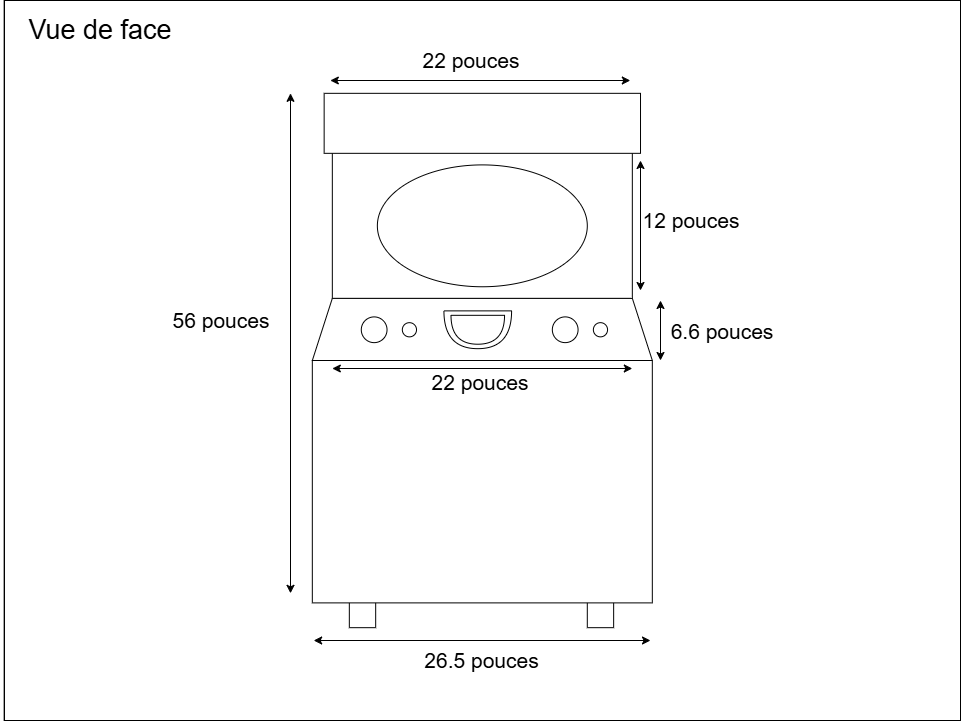
Above: technique/plan_implantation_01.drawio.png in deux-intelligence/deux-neurones (draw.io), before the change. Source tidied: cells renumbered, new cells last; positions are measured from the earlier drawing's top-left corner, leaving out a move shared by most shapes. Source of this version:
```xml
<mxGraphModel>
  <root>
    <mxCell id="0" />
    <mxCell id="1" parent="0" />
    <mxCell id="2" style="whiteSpace=wrap;html=1;" parent="1" vertex="1">
      <mxGeometry x="4" width="956" height="720" as="geometry" />
    </mxCell>
    <mxCell id="3" style="swimlane;startSize=0;" parent="1" vertex="1">
      <mxGeometry x="3.7" width="956.4" height="720" as="geometry" />
    </mxCell>
    <mxCell id="4" style="shape=trapezoid;perimeter=trapezoidPerimeter;whiteSpace=wrap;html=1;fixedSize=1;" parent="3" vertex="1">
      <mxGeometry x="308.2" y="297.8" width="340" height="62.2" as="geometry" />
    </mxCell>
    <mxCell id="5" style="rounded=0;whiteSpace=wrap;html=1;" parent="3" vertex="1">
      <mxGeometry x="328.2" y="148.4" width="300" height="149.4" as="geometry" />
    </mxCell>
    <mxCell id="6" style="ellipse;whiteSpace=wrap;html=1;" parent="3" vertex="1">
      <mxGeometry x="373.2" y="164.4" width="209.9" height="121.9" as="geometry" />
    </mxCell>
    <mxCell id="7" style="whiteSpace=wrap;html=1;" parent="3" vertex="1">
      <mxGeometry x="345.2" y="600.8" width="26.4" height="26.4" as="geometry" />
    </mxCell>
    <mxCell id="8" style="whiteSpace=wrap;html=1;" parent="3" vertex="1">
      <mxGeometry x="583.2" y="600.8" width="26.4" height="26.4" as="geometry" />
    </mxCell>
    <mxCell id="9" style="shape=or;whiteSpace=wrap;html=1;rotation=90;" parent="3" vertex="1">
      <mxGeometry x="454.7" y="295.4" width="37.8" height="67.7" as="geometry" />
    </mxCell>
    <mxCell id="10" style="shape=or;whiteSpace=wrap;html=1;rotation=90;" parent="3" vertex="1">
      <mxGeometry x="459.2" y="302.5" width="28.9" height="53.5" as="geometry" />
    </mxCell>
    <mxCell id="11" style="ellipse;whiteSpace=wrap;html=1;" parent="3" vertex="1">
      <mxGeometry x="398.2" y="322.2" width="14.2" height="14.2" as="geometry" />
    </mxCell>
    <mxCell id="12" style="ellipse;whiteSpace=wrap;html=1;" parent="3" vertex="1">
      <mxGeometry x="357.1" y="316.4" width="25.7" height="25.7" as="geometry" />
    </mxCell>
    <mxCell id="13" style="ellipse;whiteSpace=wrap;html=1;" parent="3" vertex="1">
      <mxGeometry x="589.2" y="322.2" width="14.2" height="14.2" as="geometry" />
    </mxCell>
    <mxCell id="14" style="ellipse;whiteSpace=wrap;html=1;" parent="3" vertex="1">
      <mxGeometry x="548.2" y="316.4" width="25.7" height="25.7" as="geometry" />
    </mxCell>
    <mxCell id="15" style="rounded=0;whiteSpace=wrap;html=1;" parent="3" vertex="1">
      <mxGeometry x="320" y="92.8" width="316.4" height="60" as="geometry" />
    </mxCell>
    <mxCell id="16" style="rounded=0;whiteSpace=wrap;html=1;" parent="3" vertex="1">
      <mxGeometry x="308.2" y="360" width="340" height="242.4" as="geometry" />
    </mxCell>
    <mxCell id="17" value="22 pouces" style="text;html=1;whiteSpace=wrap;strokeColor=none;fillColor=none;align=center;verticalAlign=middle;rounded=0;fontSize=21;" parent="3" vertex="1">
      <mxGeometry x="425.4" y="372" width="101.5" height="20" as="geometry" />
    </mxCell>
    <mxCell id="18" style="endArrow=classic;startArrow=classic;html=1;exitX=0.142;exitY=0.124;exitDx=0;exitDy=0;exitPerimeter=0;" parent="3" edge="1">
      <mxGeometry relative="1" as="geometry">
        <mxPoint x="328.2" y="368" as="sourcePoint" />
        <mxPoint x="628.2" y="368" as="targetPoint" />
      </mxGeometry>
    </mxCell>
    <mxCell id="19" style="endArrow=classic;startArrow=classic;html=1;" parent="3" edge="1">
      <mxGeometry relative="1" as="geometry">
        <mxPoint x="656.4" y="360" as="sourcePoint" />
        <mxPoint x="656.4" y="300" as="targetPoint" />
      </mxGeometry>
    </mxCell>
    <mxCell id="20" style="endArrow=classic;startArrow=classic;html=1;exitX=0.142;exitY=0.124;exitDx=0;exitDy=0;exitPerimeter=0;" parent="3" edge="1">
      <mxGeometry relative="1" as="geometry">
        <mxPoint x="326.2" y="80" as="sourcePoint" />
        <mxPoint x="626.2" y="80" as="targetPoint" />
      </mxGeometry>
    </mxCell>
    <mxCell id="21" style="endArrow=classic;startArrow=classic;html=1;" parent="3" edge="1">
      <mxGeometry relative="1" as="geometry">
        <mxPoint x="286.4" y="592.8" as="sourcePoint" />
        <mxPoint x="286.4" y="92.8" as="targetPoint" />
      </mxGeometry>
    </mxCell>
    <mxCell id="22" style="endArrow=classic;startArrow=classic;html=1;exitX=0.142;exitY=0.124;exitDx=0;exitDy=0;exitPerimeter=0;" parent="3" edge="1">
      <mxGeometry relative="1" as="geometry">
        <mxPoint x="309.5" y="640" as="sourcePoint" />
        <mxPoint x="646.4" y="640" as="targetPoint" />
      </mxGeometry>
    </mxCell>
    <mxCell id="23" value="26.5 pouces" style="text;html=1;whiteSpace=wrap;strokeColor=none;fillColor=none;align=center;verticalAlign=middle;rounded=0;fontSize=21;" parent="3" vertex="1">
      <mxGeometry x="414.6" y="650" width="127.2" height="20" as="geometry" />
    </mxCell>
    <mxCell id="24" value="Vue de face" style="text;html=1;whiteSpace=wrap;strokeColor=none;fillColor=none;align=center;verticalAlign=middle;rounded=0;fontSize=27;" parent="1" vertex="1">
      <mxGeometry width="200" height="60" as="geometry" />
    </mxCell>
    <mxCell id="25" value="6.6 pouces" style="text;html=1;whiteSpace=wrap;strokeColor=none;fillColor=none;align=center;verticalAlign=middle;rounded=0;fontSize=21;" parent="1" vertex="1">
      <mxGeometry x="667" y="321" width="110" height="20" as="geometry" />
    </mxCell>
    <mxCell id="26" style="endArrow=classic;startArrow=classic;html=1;" parent="1" edge="1">
      <mxGeometry relative="1" as="geometry">
        <mxPoint x="640" y="290" as="sourcePoint" />
        <mxPoint x="640" y="160" as="targetPoint" />
      </mxGeometry>
    </mxCell>
    <mxCell id="27" value="12 pouces" style="text;html=1;whiteSpace=wrap;strokeColor=none;fillColor=none;align=center;verticalAlign=middle;rounded=0;fontSize=21;" parent="1" vertex="1">
      <mxGeometry x="640" y="210" width="101.5" height="20" as="geometry" />
    </mxCell>
    <mxCell id="28" value="22 pouces" style="text;html=1;whiteSpace=wrap;strokeColor=none;fillColor=none;align=center;verticalAlign=middle;rounded=0;fontSize=21;" parent="1" vertex="1">
      <mxGeometry x="420" y="50" width="101.5" height="20" as="geometry" />
    </mxCell>
    <mxCell id="29" value="56 pouces" style="text;html=1;whiteSpace=wrap;strokeColor=none;fillColor=none;align=center;verticalAlign=middle;rounded=0;fontSize=21;" parent="1" vertex="1">
      <mxGeometry x="170" y="310" width="101.5" height="20" as="geometry" />
    </mxCell>
  </root>
</mxGraphModel>
```
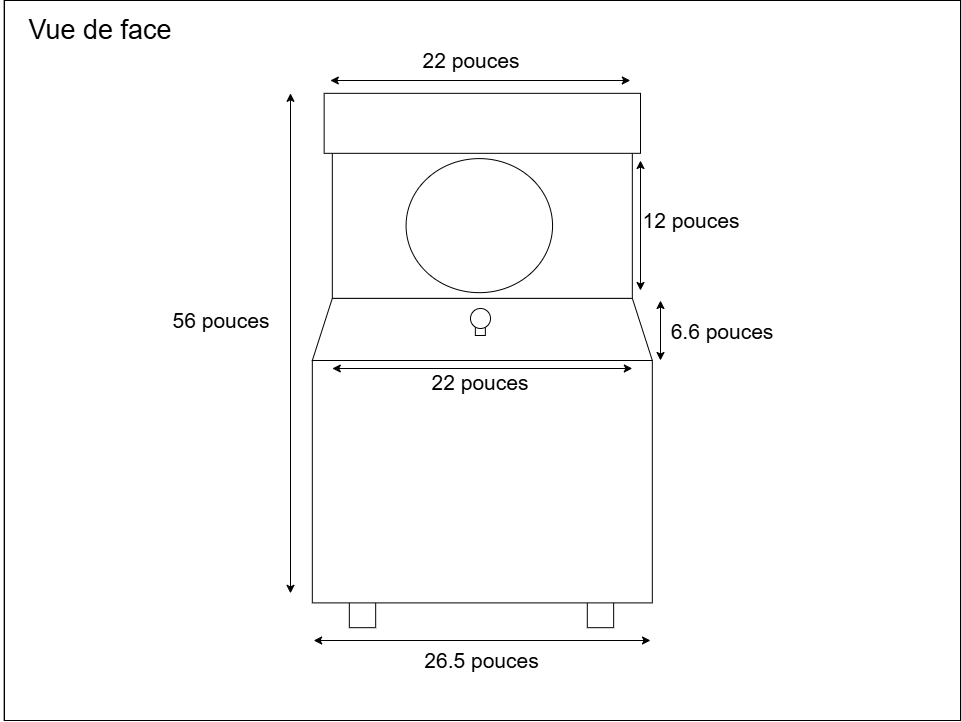
After the change.

What changed in the source:
```diff
@@ -11,11 +11,14 @@
     <mxCell id="4" style="shape=trapezoid;perimeter=trapezoidPerimeter;whiteSpace=wrap;html=1;fixedSize=1;" parent="3" vertex="1">
       <mxGeometry x="308.2" y="297.8" width="340" height="62.2" as="geometry" />
     </mxCell>
+    <mxCell id="30" style="rounded=0;whiteSpace=wrap;html=1;" parent="3" vertex="1">
+      <mxGeometry x="471.2" y="325" width="10" height="10" as="geometry" />
+    </mxCell>
     <mxCell id="5" style="rounded=0;whiteSpace=wrap;html=1;" parent="3" vertex="1">
       <mxGeometry x="328.2" y="148.4" width="300" height="149.4" as="geometry" />
     </mxCell>
     <mxCell id="6" style="ellipse;whiteSpace=wrap;html=1;" parent="3" vertex="1">
-      <mxGeometry x="373.2" y="164.4" width="209.9" height="121.9" as="geometry" />
+      <mxGeometry x="401.9" y="158.1" width="146.5" height="134.1" as="geometry" />
     </mxCell>
     <mxCell id="7" style="whiteSpace=wrap;html=1;" parent="3" vertex="1">
       <mxGeometry x="345.2" y="600.8" width="26.4" height="26.4" as="geometry" />
@@ -23,24 +26,9 @@
     <mxCell id="8" style="whiteSpace=wrap;html=1;" parent="3" vertex="1">
       <mxGeometry x="583.2" y="600.8" width="26.4" height="26.4" as="geometry" />
     </mxCell>
-    <mxCell id="9" style="shape=or;whiteSpace=wrap;html=1;rotation=90;" parent="3" vertex="1">
-      <mxGeometry x="454.7" y="295.4" width="37.8" height="67.7" as="geometry" />
-    </mxCell>
-    <mxCell id="10" style="shape=or;whiteSpace=wrap;html=1;rotation=90;" parent="3" vertex="1">
-      <mxGeometry x="459.2" y="302.5" width="28.9" height="53.5" as="geometry" />
-    </mxCell>
-    <mxCell id="11" style="ellipse;whiteSpace=wrap;html=1;" parent="3" vertex="1">
-      <mxGeometry x="398.2" y="322.2" width="14.2" height="14.2" as="geometry" />
-    </mxCell>
     <mxCell id="12" style="ellipse;whiteSpace=wrap;html=1;" parent="3" vertex="1">
-      <mxGeometry x="357.1" y="316.4" width="25.7" height="25.7" as="geometry" />
+      <mxGeometry x="466.4" y="308" width="20" height="20" as="geometry" />
     </mxCell>
-    <mxCell id="13" style="ellipse;whiteSpace=wrap;html=1;" parent="3" vertex="1">
-      <mxGeometry x="589.2" y="322.2" width="14.2" height="14.2" as="geometry" />
-    </mxCell>
-    <mxCell id="14" style="ellipse;whiteSpace=wrap;html=1;" parent="3" vertex="1">
-      <mxGeometry x="548.2" y="316.4" width="25.7" height="25.7" as="geometry" />
-    </mxCell>
     <mxCell id="15" style="rounded=0;whiteSpace=wrap;html=1;" parent="3" vertex="1">
       <mxGeometry x="320" y="92.8" width="316.4" height="60" as="geometry" />
     </mxCell>
```
